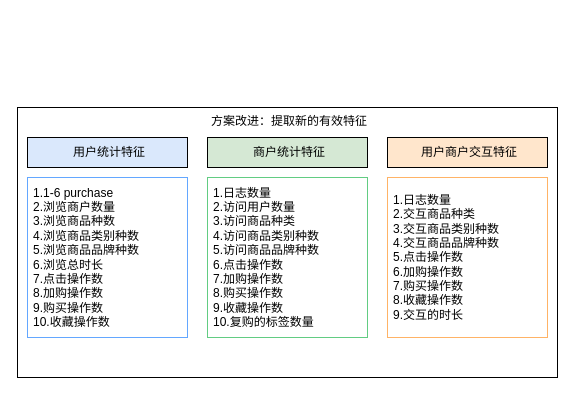
Earlier version of the draw.io diagram featrue.drawio (limpid-11/drawio). Source tidied: cells renumbered, new cells numbered last; positions are measured from the earlier drawing's top-left corner, leaving out a move shared by most shapes. Both pictures are drawn from the tidied source at 100%, with x=0, y=0 at pixel (17, 107).
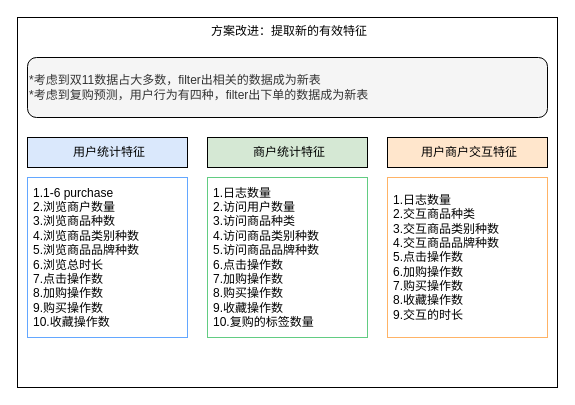
The same page after the edit.

The edit, as a diff of the source:
```diff
@@
 <mxGraphModel>
   <root>
     <mxCell id="0" />
     <mxCell id="1" parent="0" />
     <mxCell id="2" value="方案改进：提取新的有效特征" style="rounded=0;whiteSpace=wrap;html=1;align=center;verticalAlign=top;spacing=2;spacingLeft=4;strokeColor=#000000;" parent="1" vertex="1">
-      <mxGeometry width="540" height="270" as="geometry" />
+      <mxGeometry y="-90" width="540" height="370" as="geometry" />
     </mxCell>
     <mxCell id="3" value="用户统计特征" style="rounded=0;whiteSpace=wrap;html=1;align=center;verticalAlign=middle;spacing=2;spacingLeft=4;fillColor=#dae8fc;strokeColor=#000000;" parent="1" vertex="1">
       <mxGeometry x="10" y="30" width="160" height="30" as="geometry" />
     </mxCell>
     <mxCell id="4" value="1.1-6 purchase&lt;div&gt;2.浏览商户数量&lt;/div&gt;&lt;div&gt;3.&lt;span style=&quot;background-color: initial;&quot;&gt;浏览商品种数&lt;/span&gt;&lt;/div&gt;&lt;div&gt;&lt;span style=&quot;background-color: initial;&quot;&gt;4.浏览商品类别种数&lt;/span&gt;&lt;/div&gt;&lt;div&gt;&lt;span style=&quot;background-color: initial;&quot;&gt;5.浏览商品品牌种数&lt;/span&gt;&lt;/div&gt;&lt;div&gt;&lt;span style=&quot;background-color: initial;&quot;&gt;6.浏览总时长&lt;/span&gt;&lt;/div&gt;&lt;div&gt;&lt;span style=&quot;background-color: initial;&quot;&gt;7.点击操作数&lt;/span&gt;&lt;/div&gt;&lt;div&gt;&lt;span style=&quot;background-color: initial;&quot;&gt;8.加购操作数&lt;/span&gt;&lt;/div&gt;&lt;div&gt;&lt;span style=&quot;background-color: initial;&quot;&gt;9.购买操作数&lt;/span&gt;&lt;/div&gt;&lt;div&gt;&lt;span style=&quot;background-color: initial;&quot;&gt;10.收藏操作数&lt;/span&gt;&lt;/div&gt;" style="rounded=0;whiteSpace=wrap;html=1;align=left;verticalAlign=middle;spacing=2;spacingLeft=4;fillColor=#FFFFFF;strokeColor=#63A7FF;" parent="1" vertex="1">
       <mxGeometry x="10" y="70" width="160" height="160" as="geometry" />
     </mxCell>
     <mxCell id="5" value="商户统计特征" style="rounded=0;whiteSpace=wrap;html=1;align=center;verticalAlign=middle;spacing=2;spacingLeft=4;fillColor=#d5e8d4;strokeColor=#000000;" parent="1" vertex="1">
       <mxGeometry x="190" y="30" width="160" height="30" as="geometry" />
     </mxCell>
     <mxCell id="6" value="用户商户交互特征" style="rounded=0;whiteSpace=wrap;html=1;align=center;verticalAlign=middle;spacing=2;spacingLeft=4;fillColor=#ffe6cc;strokeColor=default;" parent="1" vertex="1">
       <mxGeometry x="370" y="30" width="160" height="30" as="geometry" />
     </mxCell>
     <mxCell id="7" value="1.日志数量&lt;div&gt;2.访问用户数量&lt;/div&gt;&lt;div&gt;3.访问商品种类&lt;/div&gt;&lt;div&gt;4.访问商品类别种数&lt;/div&gt;&lt;div&gt;5.访问商品品牌种数&lt;/div&gt;&lt;div&gt;&lt;div&gt;&lt;span style=&quot;background-color: initial;&quot;&gt;6.点击操作数&lt;/span&gt;&lt;/div&gt;&lt;div&gt;&lt;span style=&quot;background-color: initial;&quot;&gt;7.加购操作数&lt;/span&gt;&lt;/div&gt;&lt;div&gt;&lt;span style=&quot;background-color: initial;&quot;&gt;8.购买操作数&lt;/span&gt;&lt;/div&gt;&lt;div&gt;&lt;span style=&quot;background-color: initial;&quot;&gt;9.收藏操作数&lt;/span&gt;&lt;/div&gt;&lt;/div&gt;&lt;div&gt;&lt;span style=&quot;background-color: initial;&quot;&gt;10.复购的标签数量&lt;/span&gt;&lt;/div&gt;" style="rounded=0;whiteSpace=wrap;html=1;align=left;verticalAlign=middle;spacing=2;spacingLeft=4;fillColor=#FFFFFF;strokeColor=#62CC82;" parent="1" vertex="1">
       <mxGeometry x="190" y="70" width="160" height="160" as="geometry" />
     </mxCell>
     <mxCell id="8" value="1.日志数量&lt;div&gt;&lt;div&gt;2.交互商品种类&lt;/div&gt;&lt;div&gt;3.交互商品类别种数&lt;/div&gt;&lt;div&gt;4.交互商品品牌种数&lt;/div&gt;&lt;div&gt;&lt;div&gt;&lt;span style=&quot;background-color: initial;&quot;&gt;5.点击操作数&lt;/span&gt;&lt;/div&gt;&lt;div&gt;&lt;span style=&quot;background-color: initial;&quot;&gt;6.加购操作数&lt;/span&gt;&lt;/div&gt;&lt;div&gt;&lt;span style=&quot;background-color: initial;&quot;&gt;7.购买操作数&lt;/span&gt;&lt;/div&gt;&lt;div&gt;&lt;span style=&quot;background-color: initial;&quot;&gt;8.收藏操作数&lt;/span&gt;&lt;/div&gt;&lt;/div&gt;&lt;/div&gt;&lt;div&gt;&lt;span style=&quot;background-color: initial;&quot;&gt;9.交互的时长&lt;/span&gt;&lt;/div&gt;" style="rounded=0;whiteSpace=wrap;html=1;align=left;verticalAlign=middle;spacing=2;spacingLeft=4;fillColor=#FFFFFF;strokeColor=#FFB366;" parent="1" vertex="1">
       <mxGeometry x="370" y="70" width="160" height="160" as="geometry" />
     </mxCell>
+    <mxCell id="9" value="*考虑到双11数据占大多数，filter出相关的数据成为新表&lt;div&gt;*考虑到复购预测，用户行为有四种，filter出下单的数据成为新表&lt;/div&gt;" style="rounded=1;whiteSpace=wrap;html=1;fillColor=#f5f5f5;fontColor=#333333;strokeColor=#000000;align=left;fontFamily=宋体;" parent="1" vertex="1">
+      <mxGeometry x="10" y="-50" width="520" height="60" as="geometry" />
+    </mxCell>
   </root>
 </mxGraphModel>
```
